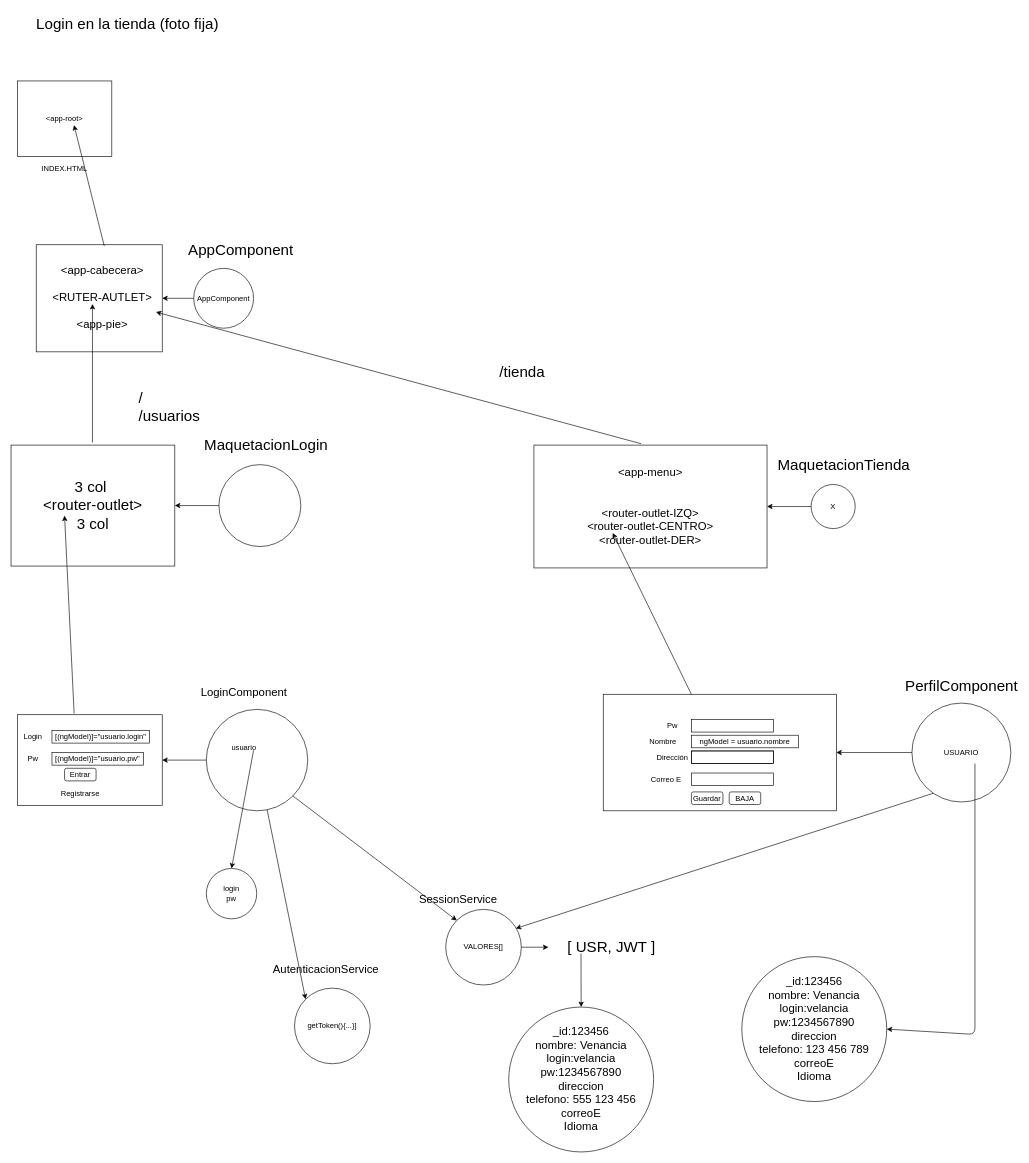
Before: page "LOGIN" (46 of 48) of diagramas.drawio in almoril00/MEAN, a draw.io diagram. Source tidied: cells renumbered, new cells numbered last; positions are measured from the earlier drawing's top-left corner, leaving out a move shared by most shapes. Both pictures are drawn from the tidied source at 63%, with x=0, y=0 at pixel (11, 18).
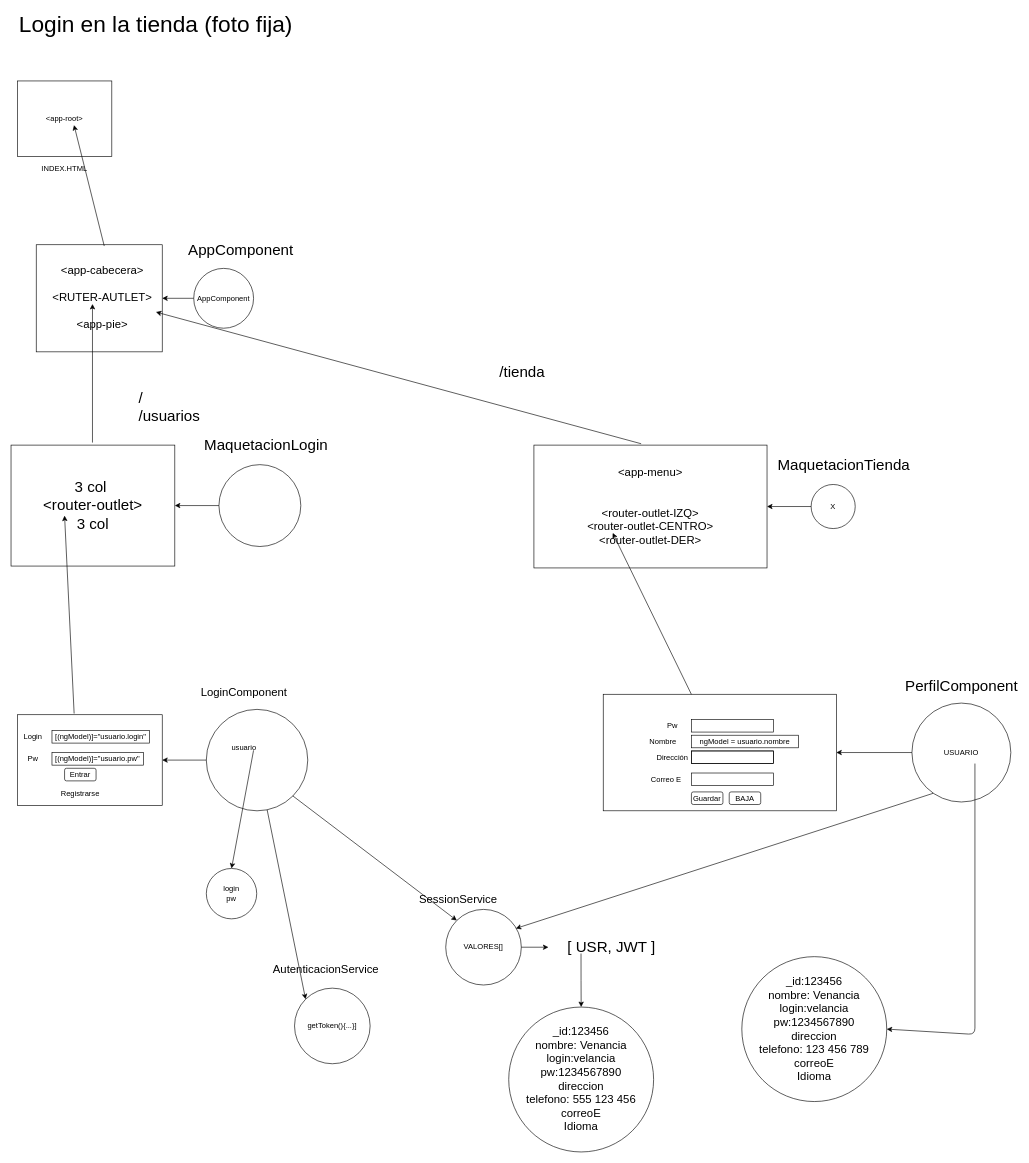
The same page after the edit.

The edit, as a diff of the source:
```diff
@@
-    <mxCell id="50" value="&lt;font style=&quot;font-size: 24px&quot;&gt;Login en la tienda (foto fija)&lt;/font&gt;" style="text;html=1;strokeColor=none;fillColor=none;align=center;verticalAlign=middle;whiteSpace=wrap;rounded=0;" parent="1" vertex="1">
-      <mxGeometry width="370" height="20" as="geometry" />
+    <mxCell id="50" value="&lt;font style=&quot;font-size: 36px&quot;&gt;Login en la tienda (foto fija)&lt;/font&gt;" style="text;html=1;strokeColor=none;fillColor=none;align=center;verticalAlign=middle;whiteSpace=wrap;rounded=0;" parent="1" vertex="1">
+      <mxGeometry width="460" height="20" as="geometry" />
     </mxCell>
```
